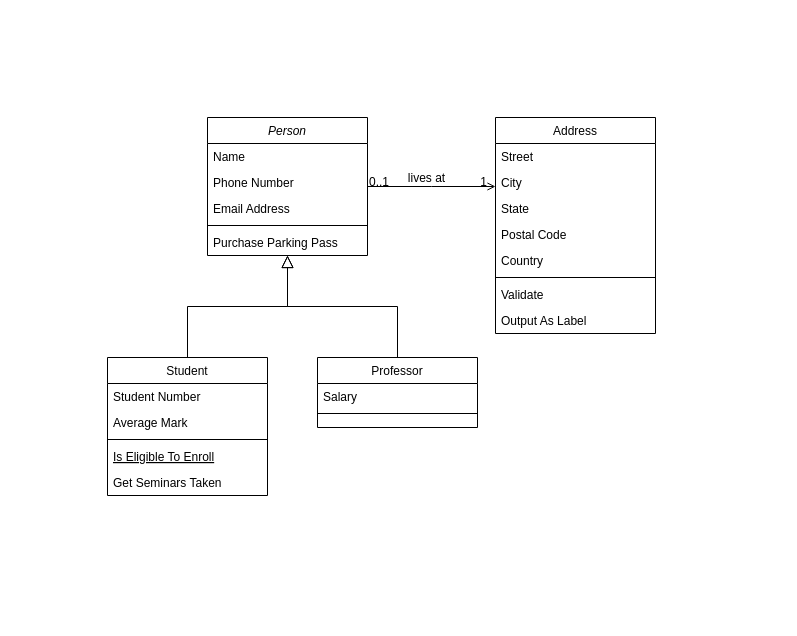
dalleth-martinss/UML-desafio-iphone-dio.me keeps this draw.io diagram as Untitled Diagram.drawio. Above is the earlier version. Source tidied: cells renumbered, new cells numbered last; positions are measured from the earlier drawing's top-left corner, leaving out a move shared by most shapes. Both pictures are drawn from the tidied source at 100%, with x=0, y=0 at pixel (107, 117).
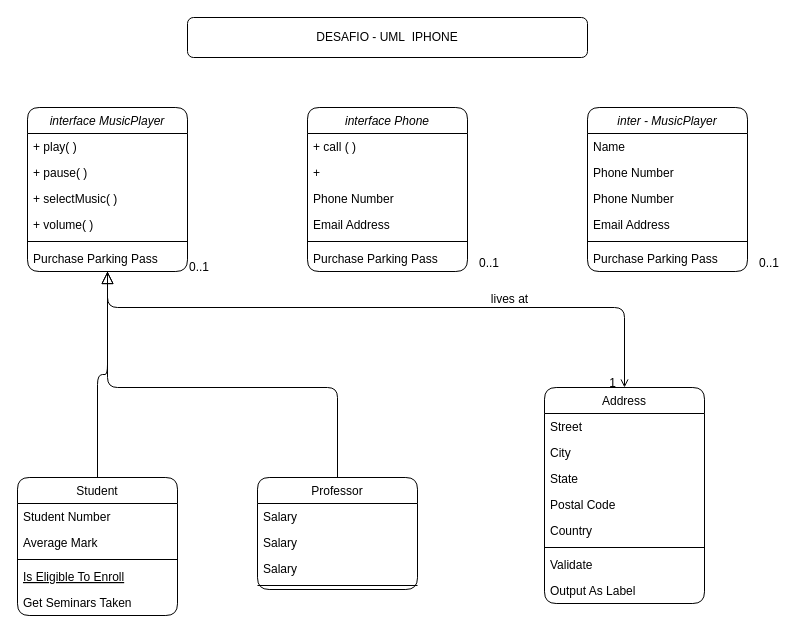
The same diagram, later.

The edit, as a diff of the source:
```diff
@@
-<mxGraphModel>
+<mxGraphModel background="#ffffff">
@@
-    <mxCell id="2" value="Person" style="swimlane;fontStyle=2;align=center;verticalAlign=top;horizontal=1;startSize=26;rounded=0;shadow=0;strokeWidth=1;" parent="1" vertex="1">
-      <mxGeometry x="100" width="160" height="138" as="geometry" />
+    <mxCell id="2" value="interface MusicPlayer" style="swimlane;fontStyle=2;align=center;verticalAlign=top;horizontal=1;startSize=26;rounded=1;shadow=0;strokeWidth=1;" parent="1" vertex="1">
+      <mxGeometry x="-80" y="-10" width="160" height="164" as="geometry" />
     </mxCell>
-    <mxCell id="3" value="Name" style="text;align=left;verticalAlign=top;spacingLeft=4;spacingRight=4;overflow=hidden;" parent="2" vertex="1">
+    <mxCell id="3" value="+ play( )&#10;" style="text;align=left;verticalAlign=top;spacingLeft=4;spacingRight=4;overflow=hidden;rounded=1;" parent="2" vertex="1">
       <mxGeometry y="26" width="160" height="26" as="geometry" />
     </mxCell>
-    <mxCell id="4" value="Phone Number" style="text;align=left;verticalAlign=top;spacingLeft=4;spacingRight=4;overflow=hidden;rounded=0;shadow=0;html=0;" parent="2" vertex="1">
+    <mxCell id="4" value="+ pause( )" style="text;align=left;verticalAlign=top;spacingLeft=4;spacingRight=4;overflow=hidden;rounded=1;shadow=0;html=0;" parent="2" vertex="1">
       <mxGeometry y="52" width="160" height="26" as="geometry" />
     </mxCell>
+    <mxCell id="32" value="+ selectMusic( )" style="text;align=left;verticalAlign=top;spacingLeft=4;spacingRight=4;overflow=hidden;rounded=1;shadow=0;html=0;" parent="2" vertex="1">
+      <mxGeometry y="78" width="160" height="26" as="geometry" />
+    </mxCell>
-    <mxCell id="5" value="Email Address" style="text;align=left;verticalAlign=top;spacingLeft=4;spacingRight=4;overflow=hidden;rounded=0;shadow=0;html=0;" parent="2" vertex="1">
-      <mxGeometry y="78" width="160" height="26" as="geometry" />
+    <mxCell id="5" value="+ volume( )" style="text;align=left;verticalAlign=top;spacingLeft=4;spacingRight=4;overflow=hidden;rounded=1;shadow=0;html=0;" parent="2" vertex="1">
+      <mxGeometry y="104" width="160" height="26" as="geometry" />
     </mxCell>
-    <mxCell id="6" style="line;html=1;strokeWidth=1;align=left;verticalAlign=middle;spacingTop=-1;spacingLeft=3;spacingRight=3;labelPosition=right;" parent="2" vertex="1">
-      <mxGeometry y="104" width="160" height="8" as="geometry" />
+    <mxCell id="6" style="line;html=1;strokeWidth=1;align=left;verticalAlign=middle;spacingTop=-1;spacingLeft=3;spacingRight=3;labelPosition=right;rounded=1;" parent="2" vertex="1">
+      <mxGeometry y="130" width="160" height="8" as="geometry" />
     </mxCell>
-    <mxCell id="7" value="Purchase Parking Pass" style="text;align=left;verticalAlign=top;spacingLeft=4;spacingRight=4;overflow=hidden;" parent="2" vertex="1">
-      <mxGeometry y="112" width="160" height="26" as="geometry" />
+    <mxCell id="7" value="Purchase Parking Pass" style="text;align=left;verticalAlign=top;spacingLeft=4;spacingRight=4;overflow=hidden;rounded=1;" parent="2" vertex="1">
+      <mxGeometry y="138" width="160" height="26" as="geometry" />
     </mxCell>
-    <mxCell id="8" value="Student" style="swimlane;fontStyle=0;align=center;verticalAlign=top;horizontal=1;startSize=26;rounded=0;shadow=0;strokeWidth=1;" parent="1" vertex="1">
-      <mxGeometry y="240" width="160" height="138" as="geometry" />
+    <mxCell id="8" value="Student" style="swimlane;fontStyle=0;align=center;verticalAlign=top;horizontal=1;startSize=26;rounded=1;shadow=0;strokeWidth=1;" parent="1" vertex="1">
+      <mxGeometry x="-90" y="360" width="160" height="138" as="geometry" />
     </mxCell>
-    <mxCell id="9" value="Student Number" style="text;align=left;verticalAlign=top;spacingLeft=4;spacingRight=4;overflow=hidden;" parent="8" vertex="1">
+    <mxCell id="9" value="Student Number" style="text;align=left;verticalAlign=top;spacingLeft=4;spacingRight=4;overflow=hidden;rounded=1;" parent="8" vertex="1">
       <mxGeometry y="26" width="160" height="26" as="geometry" />
     </mxCell>
-    <mxCell id="10" value="Average Mark" style="text;align=left;verticalAlign=top;spacingLeft=4;spacingRight=4;overflow=hidden;rounded=0;shadow=0;html=0;" parent="8" vertex="1">
+    <mxCell id="10" value="Average Mark" style="text;align=left;verticalAlign=top;spacingLeft=4;spacingRight=4;overflow=hidden;rounded=1;shadow=0;html=0;" parent="8" vertex="1">
       <mxGeometry y="52" width="160" height="26" as="geometry" />
     </mxCell>
-    <mxCell id="11" style="line;html=1;strokeWidth=1;align=left;verticalAlign=middle;spacingTop=-1;spacingLeft=3;spacingRight=3;labelPosition=right;" parent="8" vertex="1">
+    <mxCell id="11" style="line;html=1;strokeWidth=1;align=left;verticalAlign=middle;spacingTop=-1;spacingLeft=3;spacingRight=3;labelPosition=right;rounded=1;" parent="8" vertex="1">
       <mxGeometry y="78" width="160" height="8" as="geometry" />
     </mxCell>
-    <mxCell id="12" value="Is Eligible To Enroll" style="text;align=left;verticalAlign=top;spacingLeft=4;spacingRight=4;overflow=hidden;fontStyle=4;" parent="8" vertex="1">
+    <mxCell id="12" value="Is Eligible To Enroll" style="text;align=left;verticalAlign=top;spacingLeft=4;spacingRight=4;overflow=hidden;fontStyle=4;rounded=1;" parent="8" vertex="1">
       <mxGeometry y="86" width="160" height="26" as="geometry" />
     </mxCell>
-    <mxCell id="13" value="Get Seminars Taken" style="text;align=left;verticalAlign=top;spacingLeft=4;spacingRight=4;overflow=hidden;" parent="8" vertex="1">
+    <mxCell id="13" value="Get Seminars Taken" style="text;align=left;verticalAlign=top;spacingLeft=4;spacingRight=4;overflow=hidden;rounded=1;" parent="8" vertex="1">
       <mxGeometry y="112" width="160" height="26" as="geometry" />
     </mxCell>
-    <mxCell id="14" style="endArrow=block;endSize=10;endFill=0;shadow=0;strokeWidth=1;rounded=0;edgeStyle=elbowEdgeStyle;elbow=vertical;" parent="1" edge="1" source="8" target="2">
+    <mxCell id="14" style="endArrow=block;endSize=10;endFill=0;shadow=0;strokeWidth=1;rounded=1;edgeStyle=elbowEdgeStyle;elbow=vertical;" parent="1" edge="1" source="8" target="2">
       <mxGeometry relative="1" as="geometry" />
     </mxCell>
-    <mxCell id="15" value="Professor" style="swimlane;fontStyle=0;align=center;verticalAlign=top;horizontal=1;startSize=26;rounded=0;shadow=0;strokeWidth=1;" parent="1" vertex="1">
-      <mxGeometry x="210" y="240" width="160" height="70" as="geometry" />
+    <mxCell id="15" value="Professor" style="swimlane;fontStyle=0;align=center;verticalAlign=top;horizontal=1;startSize=26;rounded=1;shadow=0;strokeWidth=1;" parent="1" vertex="1">
+      <mxGeometry x="150" y="360" width="160" height="112" as="geometry" />
     </mxCell>
-    <mxCell id="16" value="Salary" style="text;align=left;verticalAlign=top;spacingLeft=4;spacingRight=4;overflow=hidden;" parent="15" vertex="1">
+    <mxCell id="16" value="Salary" style="text;align=left;verticalAlign=top;spacingLeft=4;spacingRight=4;overflow=hidden;rounded=1;" parent="15" vertex="1">
       <mxGeometry y="26" width="160" height="26" as="geometry" />
     </mxCell>
+    <mxCell id="33" value="Salary" style="text;align=left;verticalAlign=top;spacingLeft=4;spacingRight=4;overflow=hidden;rounded=1;" parent="15" vertex="1">
+      <mxGeometry y="52" width="160" height="26" as="geometry" />
+    </mxCell>
+    <mxCell id="34" value="Salary" style="text;align=left;verticalAlign=top;spacingLeft=4;spacingRight=4;overflow=hidden;rounded=1;" parent="15" vertex="1">
+      <mxGeometry y="78" width="160" height="26" as="geometry" />
+    </mxCell>
-    <mxCell id="17" style="line;html=1;strokeWidth=1;align=left;verticalAlign=middle;spacingTop=-1;spacingLeft=3;spacingRight=3;labelPosition=right;" parent="15" vertex="1">
-      <mxGeometry y="52" width="160" height="8" as="geometry" />
+    <mxCell id="17" style="line;html=1;strokeWidth=1;align=left;verticalAlign=middle;spacingTop=-1;spacingLeft=3;spacingRight=3;labelPosition=right;rounded=1;" parent="15" vertex="1">
+      <mxGeometry y="104" width="160" height="8" as="geometry" />
     </mxCell>
-    <mxCell id="18" style="endArrow=block;endSize=10;endFill=0;shadow=0;strokeWidth=1;rounded=0;edgeStyle=elbowEdgeStyle;elbow=vertical;" parent="1" edge="1" source="15" target="2">
-      <mxGeometry relative="1" as="geometry" />
+    <mxCell id="18" style="endArrow=block;endSize=10;endFill=0;shadow=0;strokeWidth=1;rounded=1;edgeStyle=elbowEdgeStyle;elbow=vertical;" parent="1" edge="1" source="15" target="2">
+      <mxGeometry relative="1" as="geometry">
+        <Array as="points">
+          <mxPoint x="130" y="270" />
+        </Array>
+      </mxGeometry>
     </mxCell>
-    <mxCell id="19" value="Address" style="swimlane;fontStyle=0;align=center;verticalAlign=top;horizontal=1;startSize=26;rounded=0;shadow=0;strokeWidth=1;" parent="1" vertex="1">
-      <mxGeometry x="388" width="160" height="216" as="geometry" />
+    <mxCell id="19" value="Address" style="swimlane;fontStyle=0;align=center;verticalAlign=top;horizontal=1;startSize=26;rounded=1;shadow=0;strokeWidth=1;" parent="1" vertex="1">
+      <mxGeometry x="437" y="270" width="160" height="216" as="geometry" />
     </mxCell>
-    <mxCell id="20" value="Street" style="text;align=left;verticalAlign=top;spacingLeft=4;spacingRight=4;overflow=hidden;" parent="19" vertex="1">
+    <mxCell id="20" value="Street" style="text;align=left;verticalAlign=top;spacingLeft=4;spacingRight=4;overflow=hidden;rounded=1;" parent="19" vertex="1">
       <mxGeometry y="26" width="160" height="26" as="geometry" />
     </mxCell>
-    <mxCell id="21" value="City" style="text;align=left;verticalAlign=top;spacingLeft=4;spacingRight=4;overflow=hidden;rounded=0;shadow=0;html=0;" parent="19" vertex="1">
+    <mxCell id="21" value="City" style="text;align=left;verticalAlign=top;spacingLeft=4;spacingRight=4;overflow=hidden;rounded=1;shadow=0;html=0;" parent="19" vertex="1">
       <mxGeometry y="52" width="160" height="26" as="geometry" />
     </mxCell>
-    <mxCell id="22" value="State" style="text;align=left;verticalAlign=top;spacingLeft=4;spacingRight=4;overflow=hidden;rounded=0;shadow=0;html=0;" parent="19" vertex="1">
+    <mxCell id="22" value="State" style="text;align=left;verticalAlign=top;spacingLeft=4;spacingRight=4;overflow=hidden;rounded=1;shadow=0;html=0;" parent="19" vertex="1">
       <mxGeometry y="78" width="160" height="26" as="geometry" />
     </mxCell>
-    <mxCell id="23" value="Postal Code" style="text;align=left;verticalAlign=top;spacingLeft=4;spacingRight=4;overflow=hidden;rounded=0;shadow=0;html=0;" parent="19" vertex="1">
+    <mxCell id="23" value="Postal Code" style="text;align=left;verticalAlign=top;spacingLeft=4;spacingRight=4;overflow=hidden;rounded=1;shadow=0;html=0;" parent="19" vertex="1">
       <mxGeometry y="104" width="160" height="26" as="geometry" />
     </mxCell>
-    <mxCell id="24" value="Country" style="text;align=left;verticalAlign=top;spacingLeft=4;spacingRight=4;overflow=hidden;rounded=0;shadow=0;html=0;" parent="19" vertex="1">
+    <mxCell id="24" value="Country" style="text;align=left;verticalAlign=top;spacingLeft=4;spacingRight=4;overflow=hidden;rounded=1;shadow=0;html=0;" parent="19" vertex="1">
       <mxGeometry y="130" width="160" height="26" as="geometry" />
     </mxCell>
-    <mxCell id="25" style="line;html=1;strokeWidth=1;align=left;verticalAlign=middle;spacingTop=-1;spacingLeft=3;spacingRight=3;labelPosition=right;" parent="19" vertex="1">
+    <mxCell id="25" style="line;html=1;strokeWidth=1;align=left;verticalAlign=middle;spacingTop=-1;spacingLeft=3;spacingRight=3;labelPosition=right;rounded=1;" parent="19" vertex="1">
       <mxGeometry y="156" width="160" height="8" as="geometry" />
     </mxCell>
-    <mxCell id="26" value="Validate" style="text;align=left;verticalAlign=top;spacingLeft=4;spacingRight=4;overflow=hidden;" parent="19" vertex="1">
+    <mxCell id="26" value="Validate" style="text;align=left;verticalAlign=top;spacingLeft=4;spacingRight=4;overflow=hidden;rounded=1;" parent="19" vertex="1">
       <mxGeometry y="164" width="160" height="26" as="geometry" />
     </mxCell>
-    <mxCell id="27" value="Output As Label" style="text;align=left;verticalAlign=top;spacingLeft=4;spacingRight=4;overflow=hidden;" parent="19" vertex="1">
+    <mxCell id="27" value="Output As Label" style="text;align=left;verticalAlign=top;spacingLeft=4;spacingRight=4;overflow=hidden;rounded=1;" parent="19" vertex="1">
       <mxGeometry y="190" width="160" height="26" as="geometry" />
     </mxCell>
-    <mxCell id="28" style="endArrow=open;shadow=0;strokeWidth=1;rounded=0;endFill=1;edgeStyle=elbowEdgeStyle;elbow=vertical;" parent="1" edge="1" source="2" target="19">
+    <mxCell id="28" style="endArrow=open;shadow=0;strokeWidth=1;rounded=1;endFill=1;edgeStyle=elbowEdgeStyle;elbow=vertical;" parent="1" edge="1" source="2" target="19">
       <mxGeometry x="0.5" y="41" relative="1" as="geometry">
+        <Array as="points">
+          <mxPoint x="320" y="190" />
+          <mxPoint x="330" y="140" />
+        </Array>
         <mxPoint x="-40" y="32" as="offset" />
       </mxGeometry>
     </mxCell>
-    <mxCell id="29" value="0..1" style="align=left;verticalAlign=bottom;labelBackgroundColor=none;fontSize=12;" parent="28" vertex="1">
+    <mxCell id="29" value="0..1" style="align=left;verticalAlign=bottom;labelBackgroundColor=none;fontSize=12;rounded=1;" parent="28" vertex="1">
       <mxGeometry x="-1" relative="1" as="geometry">
-        <mxPoint y="4" as="offset" />
+        <mxPoint x="80" y="4" as="offset" />
       </mxGeometry>
     </mxCell>
-    <mxCell id="30" value="1" style="align=right;verticalAlign=bottom;labelBackgroundColor=none;fontSize=12;" parent="28" vertex="1">
+    <mxCell id="30" value="1" style="align=right;verticalAlign=bottom;labelBackgroundColor=none;fontSize=12;rounded=1;" parent="28" vertex="1">
       <mxGeometry x="1" relative="1" as="geometry">
         <mxPoint x="-7" y="4" as="offset" />
       </mxGeometry>
     </mxCell>
-    <mxCell id="31" value="lives at" style="text;html=1;align=center;verticalAlign=middle;labelBackgroundColor=none;rounded=0;shadow=0;strokeWidth=1;fontSize=12;" parent="28" vertex="1">
+    <mxCell id="31" value="lives at" style="text;html=1;align=center;verticalAlign=middle;labelBackgroundColor=none;rounded=1;shadow=0;strokeWidth=1;fontSize=12;" parent="28" vertex="1">
       <mxGeometry x="0.5" y="49" relative="1" as="geometry">
         <mxPoint x="-38" y="40" as="offset" />
       </mxGeometry>
     </mxCell>
+    <mxCell id="35" value="interface Phone" style="swimlane;fontStyle=2;align=center;verticalAlign=top;horizontal=1;startSize=26;rounded=1;shadow=0;strokeWidth=1;" parent="1" vertex="1">
+      <mxGeometry x="200" y="-10" width="160" height="164" as="geometry" />
+    </mxCell>
+    <mxCell id="36" value="+ call ( )" style="text;align=left;verticalAlign=top;spacingLeft=4;spacingRight=4;overflow=hidden;rounded=1;" parent="35" vertex="1">
+      <mxGeometry y="26" width="160" height="26" as="geometry" />
+    </mxCell>
+    <mxCell id="37" value="+ " style="text;align=left;verticalAlign=top;spacingLeft=4;spacingRight=4;overflow=hidden;rounded=1;shadow=0;html=0;" parent="35" vertex="1">
+      <mxGeometry y="52" width="160" height="26" as="geometry" />
+    </mxCell>
+    <mxCell id="38" value="Phone Number" style="text;align=left;verticalAlign=top;spacingLeft=4;spacingRight=4;overflow=hidden;rounded=1;shadow=0;html=0;" parent="35" vertex="1">
+      <mxGeometry y="78" width="160" height="26" as="geometry" />
+    </mxCell>
+    <mxCell id="39" value="Email Address" style="text;align=left;verticalAlign=top;spacingLeft=4;spacingRight=4;overflow=hidden;rounded=1;shadow=0;html=0;" parent="35" vertex="1">
+      <mxGeometry y="104" width="160" height="26" as="geometry" />
+    </mxCell>
+    <mxCell id="40" style="line;html=1;strokeWidth=1;align=left;verticalAlign=middle;spacingTop=-1;spacingLeft=3;spacingRight=3;labelPosition=right;rounded=1;" parent="35" vertex="1">
+      <mxGeometry y="130" width="160" height="8" as="geometry" />
+    </mxCell>
+    <mxCell id="41" value="Purchase Parking Pass" style="text;align=left;verticalAlign=top;spacingLeft=4;spacingRight=4;overflow=hidden;rounded=1;" parent="35" vertex="1">
+      <mxGeometry y="138" width="160" height="26" as="geometry" />
+    </mxCell>
+    <mxCell id="42" value="0..1" style="align=left;verticalAlign=bottom;labelBackgroundColor=none;fontSize=12;rounded=1;" parent="1" vertex="1">
+      <mxGeometry x="370" y="154" as="geometry" />
+    </mxCell>
+    <mxCell id="43" value="inter - MusicPlayer" style="swimlane;fontStyle=2;align=center;verticalAlign=top;horizontal=1;startSize=26;rounded=1;shadow=0;strokeWidth=1;" parent="1" vertex="1">
+      <mxGeometry x="480" y="-10" width="160" height="164" as="geometry" />
+    </mxCell>
+    <mxCell id="44" value="Name" style="text;align=left;verticalAlign=top;spacingLeft=4;spacingRight=4;overflow=hidden;rounded=1;" parent="43" vertex="1">
+      <mxGeometry y="26" width="160" height="26" as="geometry" />
+    </mxCell>
+    <mxCell id="45" value="Phone Number" style="text;align=left;verticalAlign=top;spacingLeft=4;spacingRight=4;overflow=hidden;rounded=1;shadow=0;html=0;" parent="43" vertex="1">
+      <mxGeometry y="52" width="160" height="26" as="geometry" />
+    </mxCell>
+    <mxCell id="46" value="Phone Number" style="text;align=left;verticalAlign=top;spacingLeft=4;spacingRight=4;overflow=hidden;rounded=1;shadow=0;html=0;" parent="43" vertex="1">
+      <mxGeometry y="78" width="160" height="26" as="geometry" />
+    </mxCell>
+    <mxCell id="47" value="Email Address" style="text;align=left;verticalAlign=top;spacingLeft=4;spacingRight=4;overflow=hidden;rounded=1;shadow=0;html=0;" parent="43" vertex="1">
+      <mxGeometry y="104" width="160" height="26" as="geometry" />
+    </mxCell>
+    <mxCell id="48" style="line;html=1;strokeWidth=1;align=left;verticalAlign=middle;spacingTop=-1;spacingLeft=3;spacingRight=3;labelPosition=right;rounded=1;" parent="43" vertex="1">
+      <mxGeometry y="130" width="160" height="8" as="geometry" />
+    </mxCell>
+    <mxCell id="49" value="Purchase Parking Pass" style="text;align=left;verticalAlign=top;spacingLeft=4;spacingRight=4;overflow=hidden;rounded=1;" parent="43" vertex="1">
+      <mxGeometry y="138" width="160" height="26" as="geometry" />
+    </mxCell>
+    <mxCell id="50" value="0..1" style="align=left;verticalAlign=bottom;labelBackgroundColor=none;fontSize=12;rounded=1;" parent="1" vertex="1">
+      <mxGeometry x="650" y="154" as="geometry" />
+    </mxCell>
+    <mxCell id="51" value="DESAFIO - UML&amp;nbsp; IPHONE" style="whiteSpace=wrap;html=1;rounded=1;" parent="1" vertex="1">
+      <mxGeometry x="80" y="-100" width="400" height="40" as="geometry" />
+    </mxCell>
```
